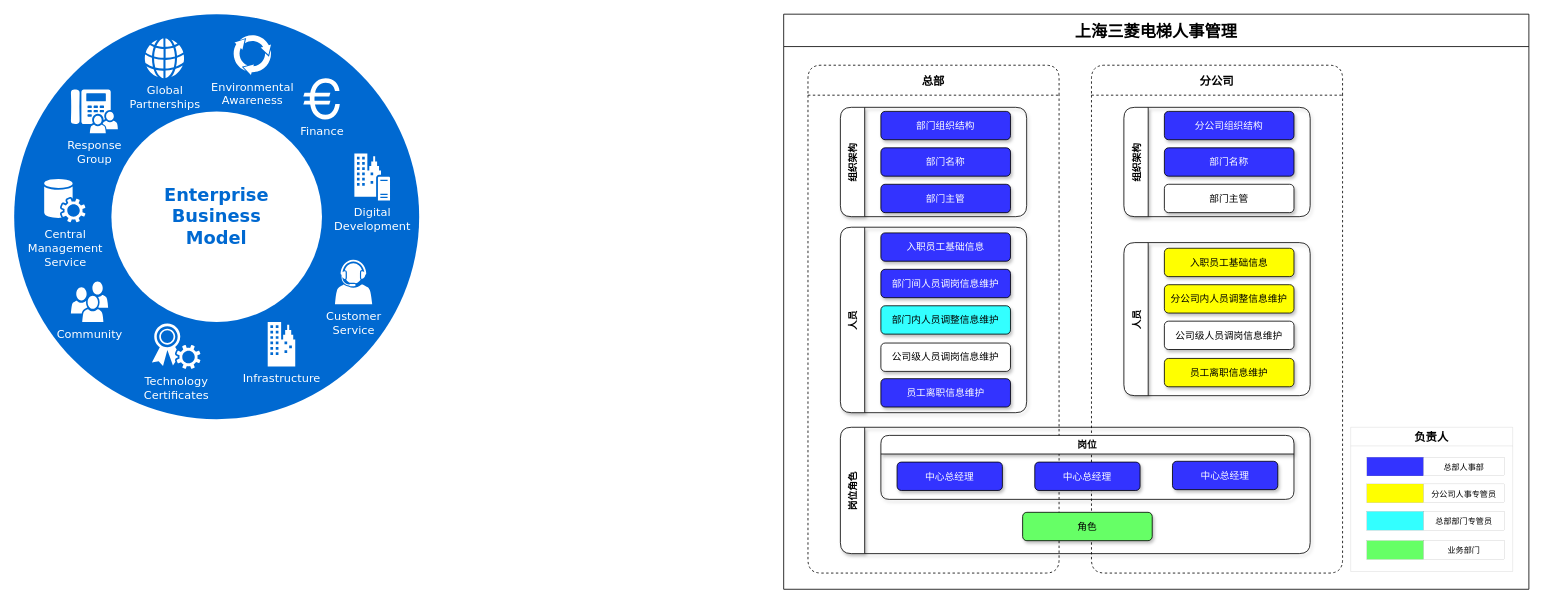
Above: Untitled Diagram.drawio in zzz-maker/CS-Notes (draw.io), before the change. Source tidied: cells renumbered, new cells numbered last; positions are measured from the earlier drawing's top-left corner, leaving out a move shared by most shapes. Both pictures are drawn from the tidied source at 81%, with x=0, y=0 at pixel (14, 14).
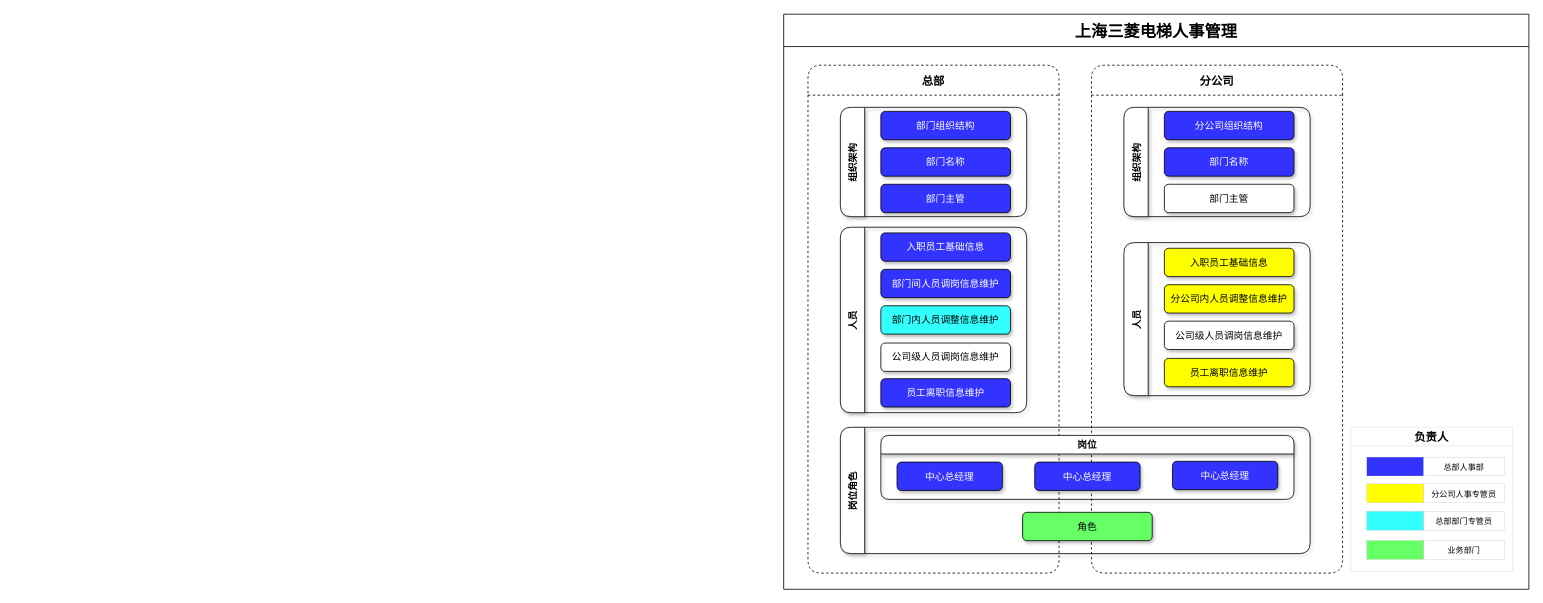
The same diagram, later.

Diff of the diagram source:
```diff
@@
-    <mxCell id="8" style="ellipse;whiteSpace=wrap;html=1;rounded=0;shadow=0;comic=0;strokeWidth=1;fontFamily=Verdana;fontSize=14;strokeColor=none;fillColor=#0069D1;" parent="1" vertex="1">
-      <mxGeometry width="500" height="500" as="geometry" />
-    </mxCell>
-    <mxCell id="9" value="Enterprise&lt;div&gt;Business&lt;/div&gt;&lt;div&gt;Model&lt;/div&gt;" style="ellipse;whiteSpace=wrap;html=1;rounded=0;shadow=0;comic=0;strokeWidth=1;fontFamily=Verdana;fontSize=22;strokeColor=none;fillColor=#ffffff;fontColor=#0069D1;fontStyle=1;" parent="1" vertex="1">
-      <mxGeometry x="120" y="120" width="260" height="260" as="geometry" />
-    </mxCell>
-    <mxCell id="10" value="Community" style="shadow=0;dashed=0;html=1;strokeColor=none;fillColor=#ffffff;labelPosition=center;verticalLabelPosition=bottom;verticalAlign=top;shape=mxgraph.office.users.users;rounded=0;comic=0;fontFamily=Verdana;fontSize=14;fontColor=#FFFFFF;" parent="1" vertex="1">
-      <mxGeometry x="70" y="330" width="46" height="50" as="geometry" />
-    </mxCell>
-    <mxCell id="11" value="Customer&lt;div&gt;Service&lt;/div&gt;" style="shadow=0;dashed=0;html=1;strokeColor=none;fillColor=#ffffff;labelPosition=center;verticalLabelPosition=bottom;verticalAlign=top;shape=mxgraph.office.users.call_center_agent;rounded=0;comic=0;fontFamily=Verdana;fontSize=14;fontColor=#FFFFFF;" parent="1" vertex="1">
-      <mxGeometry x="396" y="303" width="46" height="55" as="geometry" />
-    </mxCell>
-    <mxCell id="12" value="Response&lt;div&gt;Group&lt;/div&gt;" style="shadow=0;dashed=0;html=1;strokeColor=none;fillColor=#ffffff;labelPosition=center;verticalLabelPosition=bottom;verticalAlign=top;shape=mxgraph.office.users.response_group;rounded=0;comic=0;fontFamily=Verdana;fontSize=14;fontColor=#FFFFFF;" parent="1" vertex="1">
-      <mxGeometry x="70" y="93" width="58" height="54" as="geometry" />
-    </mxCell>
-    <mxCell id="13" value="Central&lt;div&gt;Management&lt;/div&gt;&lt;div&gt;Service&lt;/div&gt;" style="shadow=0;dashed=0;html=1;strokeColor=none;fillColor=#ffffff;labelPosition=center;verticalLabelPosition=bottom;verticalAlign=top;shape=mxgraph.office.services.central_management_service;rounded=0;comic=0;fontFamily=Verdana;fontSize=14;fontColor=#FFFFFF;" parent="1" vertex="1">
-      <mxGeometry x="37" y="203" width="51" height="54" as="geometry" />
-    </mxCell>
-    <mxCell id="14" value="Digital&lt;div&gt;Development&lt;/div&gt;" style="shadow=0;dashed=0;html=1;strokeColor=none;fillColor=#ffffff;labelPosition=center;verticalLabelPosition=bottom;verticalAlign=top;shape=mxgraph.office.servers.on_premises_server;rounded=0;comic=0;fontFamily=Verdana;fontSize=14;fontColor=#FFFFFF;" parent="1" vertex="1">
-      <mxGeometry x="420" y="172" width="44" height="58" as="geometry" />
-    </mxCell>
-    <mxCell id="15" value="Technology&lt;div&gt;Certificates&lt;/div&gt;" style="shadow=0;dashed=0;html=1;strokeColor=none;fillColor=#ffffff;labelPosition=center;verticalLabelPosition=bottom;verticalAlign=top;shape=mxgraph.office.security.token_service;rounded=0;comic=0;fontFamily=Verdana;fontSize=14;fontColor=#FFFFFF;" parent="1" vertex="1">
-      <mxGeometry x="170" y="382" width="60" height="56" as="geometry" />
-    </mxCell>
-    <mxCell id="16" value="Infrastructure" style="shadow=0;dashed=0;html=1;strokeColor=none;fillColor=#ffffff;labelPosition=center;verticalLabelPosition=bottom;verticalAlign=top;shape=mxgraph.office.concepts.on_premises;rounded=0;comic=0;fontFamily=Verdana;fontSize=14;fontColor=#FFFFFF;" parent="1" vertex="1">
-      <mxGeometry x="313" y="380" width="34" height="55" as="geometry" />
-    </mxCell>
-    <mxCell id="17" value="Global&lt;div&gt;Partnerships&lt;/div&gt;" style="shadow=0;dashed=0;html=1;strokeColor=none;fillColor=#ffffff;labelPosition=center;verticalLabelPosition=bottom;verticalAlign=top;shape=mxgraph.office.concepts.globe_internet;rounded=0;comic=0;fontFamily=Verdana;fontSize=14;fontColor=#FFFFFF;" parent="1" vertex="1">
-      <mxGeometry x="161" y="30" width="49" height="49" as="geometry" />
-    </mxCell>
-    <mxCell id="18" value="Environmental&lt;div&gt;Awareness&lt;/div&gt;" style="shadow=0;dashed=0;html=1;strokeColor=none;shape=mxgraph.mscae.general.continuous_cycle;fillColor=#ffffff;rounded=0;comic=0;fontFamily=Verdana;fontSize=14;fontColor=#FFFFFF;verticalAlign=top;labelPosition=center;verticalLabelPosition=bottom;align=center;" parent="1" vertex="1">
-      <mxGeometry x="270" y="25" width="48" height="50" as="geometry" />
-    </mxCell>
-    <mxCell id="19" value="Finance" style="shape=mxgraph.signs.travel.euro;html=1;fillColor=#ffffff;strokeColor=none;verticalLabelPosition=bottom;verticalAlign=top;align=center;rounded=0;shadow=0;dashed=0;comic=0;fontFamily=Verdana;fontSize=14;fontColor=#FFFFFF;" parent="1" vertex="1">
-      <mxGeometry x="357" y="79" width="45" height="51" as="geometry" />
-    </mxCell>
```
